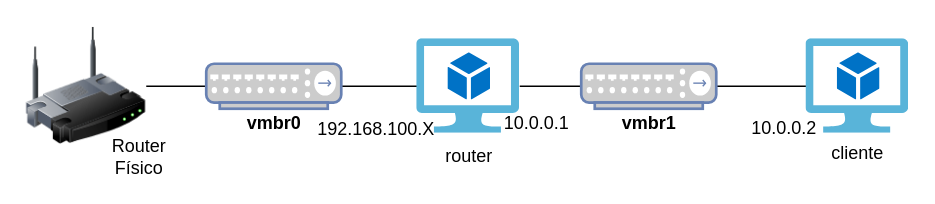
Above: modulo7/img/esquema_red.drawio in iesgn/curso_proxmox_cep (draw.io), before the change. Source tidied: cells renumbered, new cells numbered last; positions are measured from the earlier drawing's top-left corner, leaving out a move shared by most shapes. Both pictures are drawn from the tidied source at 150%, with x=0, y=0 at pixel (26, 26).
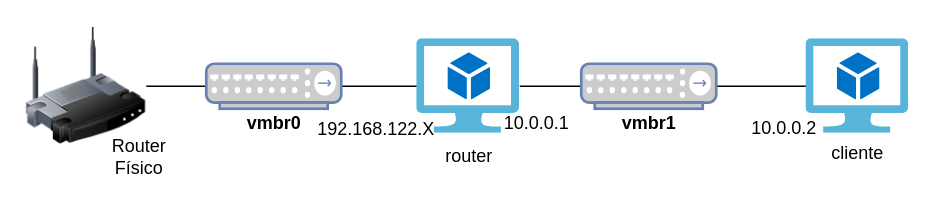
The same diagram, later.

The edit, as a diff of the source:
```diff
@@
 <mxGraphModel>
   <root>
     <mxCell id="0" />
     <mxCell id="1" parent="0" />
     <mxCell id="2" style="edgeStyle=orthogonalEdgeStyle;rounded=0;jettySize=auto;html=1;endArrow=none;endFill=0;" parent="1" edge="1" source="4" target="6">
       <mxGeometry relative="1" as="geometry" />
     </mxCell>
     <mxCell id="3" style="edgeStyle=orthogonalEdgeStyle;rounded=0;jettySize=auto;html=1;endArrow=none;endFill=0;" parent="1" edge="1" source="4" target="8">
       <mxGeometry relative="1" as="geometry" />
     </mxCell>
     <mxCell id="4" style="fontColor=#0066CC;verticalAlign=top;verticalLabelPosition=bottom;labelPosition=center;align=center;html=1;outlineConnect=0;fillColor=#CCCCCC;strokeColor=#6881B3;gradientColor=none;gradientDirection=north;strokeWidth=2;shape=mxgraph.networks.hub;" parent="1" vertex="1">
       <mxGeometry x="120" y="25" width="90" height="30" as="geometry" />
     </mxCell>
     <mxCell id="5" value="&lt;div&gt;Router&lt;/div&gt;&lt;div&gt;Físico&lt;br&gt;&lt;/div&gt;" style="text;html=1;align=center;verticalAlign=middle;fillColor=none;strokeColor=none;rounded=0;" parent="1" vertex="1">
       <mxGeometry x="50" y="71.5" width="50" height="30" as="geometry" />
     </mxCell>
     <mxCell id="6" style="image;html=1;image=img/lib/clip_art/networking/Wireless_Router_128x128.png;" parent="1" vertex="1">
       <mxGeometry width="80" height="80" as="geometry" />
     </mxCell>
     <mxCell id="7" style="edgeStyle=orthogonalEdgeStyle;rounded=0;jettySize=auto;html=1;endArrow=none;endFill=0;" parent="1" edge="1" source="8" target="12">
       <mxGeometry relative="1" as="geometry" />
     </mxCell>
     <mxCell id="8" style="sketch=0;html=1;points=[];align=center;image;fontSize=12;image=img/lib/mscae/Virtual_Machine_2.svg;" parent="1" vertex="1">
       <mxGeometry x="260.5" y="8.5" width="68.5" height="63" as="geometry" />
     </mxCell>
     <mxCell id="9" value="&lt;b&gt;vmbr0&lt;/b&gt;" style="text;html=1;align=center;verticalAlign=middle;fillColor=none;strokeColor=none;rounded=0;" parent="1" vertex="1">
       <mxGeometry x="140" y="55" width="50" height="20" as="geometry" />
     </mxCell>
     <mxCell id="10" value="10.0.0.1" style="text;html=1;align=center;verticalAlign=middle;fillColor=none;strokeColor=none;rounded=0;" parent="1" vertex="1">
       <mxGeometry x="310" y="55" width="60" height="20" as="geometry" />
     </mxCell>
     <mxCell id="11" style="edgeStyle=orthogonalEdgeStyle;rounded=0;jettySize=auto;html=1;endArrow=none;endFill=0;" parent="1" edge="1" source="12" target="14">
       <mxGeometry relative="1" as="geometry" />
     </mxCell>
     <mxCell id="12" style="fontColor=#0066CC;verticalAlign=top;verticalLabelPosition=bottom;labelPosition=center;align=center;html=1;outlineConnect=0;fillColor=#CCCCCC;strokeColor=#6881B3;gradientColor=none;gradientDirection=north;strokeWidth=2;shape=mxgraph.networks.hub;" parent="1" vertex="1">
       <mxGeometry x="370" y="25" width="90" height="30" as="geometry" />
     </mxCell>
     <mxCell id="13" value="&lt;b&gt;vmbr1&lt;/b&gt;" style="text;html=1;align=center;verticalAlign=middle;fillColor=none;strokeColor=none;rounded=0;" parent="1" vertex="1">
       <mxGeometry x="390" y="55" width="50" height="20" as="geometry" />
     </mxCell>
     <mxCell id="14" style="sketch=0;html=1;points=[];align=center;image;fontSize=12;image=img/lib/mscae/Virtual_Machine_2.svg;" parent="1" vertex="1">
       <mxGeometry x="520" y="8.5" width="68.5" height="63" as="geometry" />
     </mxCell>
     <mxCell id="15" value="10.0.0.2" style="text;html=1;align=center;verticalAlign=middle;fillColor=none;strokeColor=none;rounded=0;" parent="1" vertex="1">
       <mxGeometry x="475" y="58" width="60" height="20" as="geometry" />
     </mxCell>
-    <mxCell id="16" value="192.168.100.X" style="text;html=1;align=center;verticalAlign=middle;fillColor=none;strokeColor=none;rounded=0;" parent="1" vertex="1">
+    <mxCell id="16" value="192.168.122.X" style="text;html=1;align=center;verticalAlign=middle;fillColor=none;strokeColor=none;rounded=0;" parent="1" vertex="1">
       <mxGeometry x="188" y="59" width="90" height="20" as="geometry" />
     </mxCell>
     <mxCell id="17" value="router" style="text;html=1;align=center;verticalAlign=middle;fillColor=none;strokeColor=none;rounded=0;" parent="1" vertex="1">
       <mxGeometry x="269.8" y="76.5" width="50" height="20" as="geometry" />
     </mxCell>
     <mxCell id="18" value="&lt;div&gt;cliente&lt;/div&gt;" style="text;html=1;align=center;verticalAlign=middle;fillColor=none;strokeColor=none;rounded=0;" parent="1" vertex="1">
       <mxGeometry x="529.2" y="75" width="50" height="20" as="geometry" />
     </mxCell>
   </root>
 </mxGraphModel>
```
